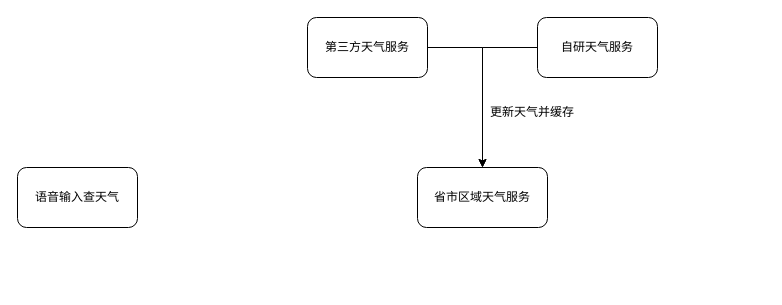
daniel-7d/draw keeps this draw.io diagram as xzzh/多设备统一天气方案.drawio. Above is the earlier version. Source tidied: cells renumbered, new cells numbered last; positions are measured from the earlier drawing's top-left corner, leaving out a move shared by most shapes. Both pictures are drawn from the tidied source at 100%, with x=0, y=0 at pixel (17, 17).
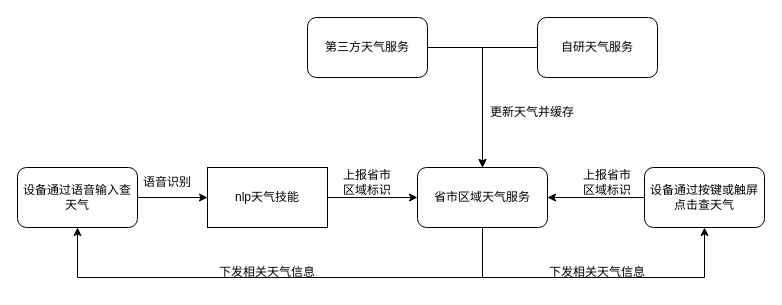
The same page after the edit.

Commit message (it also covers changes not shown here):
更新多设备统一天气方案.drawio

Unchanged cells that the change refers to:
```xml
<mxCell id="2" value="省市区域天气服务" style="rounded=1;whiteSpace=wrap;html=1;" parent="1" vertex="1">
  <mxGeometry x="400" y="150" width="130" height="60" as="geometry" />
</mxCell>
```

Diff of the diagram source:
```diff
@@
+    <mxCell id="9" style="edgeStyle=orthogonalEdgeStyle;rounded=0;jettySize=auto;html=1;entryX=0.5;entryY=1;entryDx=0;entryDy=0;" parent="1" edge="1" source="2" target="8">
+      <mxGeometry relative="1" as="geometry">
+        <Array as="points">
+          <mxPoint x="465" y="260" />
+          <mxPoint x="60" y="260" />
+        </Array>
+      </mxGeometry>
+    </mxCell>
+    <mxCell id="10" style="edgeStyle=orthogonalEdgeStyle;rounded=0;jettySize=auto;html=1;exitX=0.5;exitY=1;exitDx=0;exitDy=0;entryX=0.5;entryY=1;entryDx=0;entryDy=0;" parent="1" edge="1" source="2" target="18">
+      <mxGeometry relative="1" as="geometry">
+        <Array as="points">
+          <mxPoint x="465" y="260" />
+          <mxPoint x="687" y="260" />
+        </Array>
+      </mxGeometry>
+    </mxCell>
@@
+    <mxCell id="11" style="edgeStyle=orthogonalEdgeStyle;rounded=0;jettySize=auto;html=1;exitX=1;exitY=0.5;exitDx=0;exitDy=0;entryX=0;entryY=0.5;entryDx=0;entryDy=0;" parent="1" edge="1" source="8" target="13">
+      <mxGeometry relative="1" as="geometry" />
+    </mxCell>
-    <mxCell id="8" value="语音输入查天气" style="rounded=1;whiteSpace=wrap;html=1;" parent="1" vertex="1">
+    <mxCell id="8" value="设备通过语音输入查天气" style="rounded=1;whiteSpace=wrap;html=1;" parent="1" vertex="1">
       <mxGeometry y="150" width="120" height="60" as="geometry" />
     </mxCell>
+    <mxCell id="12" style="edgeStyle=orthogonalEdgeStyle;rounded=0;jettySize=auto;html=1;exitX=1;exitY=0.5;exitDx=0;exitDy=0;entryX=0;entryY=0.5;entryDx=0;entryDy=0;" parent="1" edge="1" source="13" target="2">
+      <mxGeometry relative="1" as="geometry" />
+    </mxCell>
+    <mxCell id="13" value="nlp天气技能" style="rounded=0;whiteSpace=wrap;html=1;" parent="1" vertex="1">
+      <mxGeometry x="190" y="150" width="120" height="60" as="geometry" />
+    </mxCell>
+    <mxCell id="14" value="语音识别" style="text;html=1;strokeColor=none;fillColor=none;align=center;verticalAlign=middle;whiteSpace=wrap;rounded=0;" parent="1" vertex="1">
+      <mxGeometry x="120" y="150" width="60" height="30" as="geometry" />
+    </mxCell>
+    <mxCell id="15" value="上报省市区域标识" style="text;html=1;strokeColor=none;fillColor=none;align=center;verticalAlign=middle;whiteSpace=wrap;rounded=0;" parent="1" vertex="1">
+      <mxGeometry x="320" y="150" width="60" height="30" as="geometry" />
+    </mxCell>
+    <mxCell id="16" value="下发相关天气信息" style="text;html=1;strokeColor=none;fillColor=none;align=center;verticalAlign=middle;whiteSpace=wrap;rounded=0;" parent="1" vertex="1">
+      <mxGeometry x="200" y="240" width="100" height="30" as="geometry" />
+    </mxCell>
+    <mxCell id="17" style="edgeStyle=orthogonalEdgeStyle;rounded=0;jettySize=auto;html=1;exitX=0;exitY=0.5;exitDx=0;exitDy=0;entryX=1;entryY=0.5;entryDx=0;entryDy=0;" parent="1" edge="1" source="18" target="2">
+      <mxGeometry relative="1" as="geometry" />
+    </mxCell>
+    <mxCell id="18" value="设备通过按键或触屏点击查天气" style="rounded=1;whiteSpace=wrap;html=1;" parent="1" vertex="1">
+      <mxGeometry x="627" y="150" width="120" height="60" as="geometry" />
+    </mxCell>
+    <mxCell id="19" value="上报省市区域标识" style="text;html=1;strokeColor=none;fillColor=none;align=center;verticalAlign=middle;whiteSpace=wrap;rounded=0;" parent="1" vertex="1">
+      <mxGeometry x="560" y="150" width="60" height="30" as="geometry" />
+    </mxCell>
+    <mxCell id="20" value="下发相关天气信息" style="text;html=1;strokeColor=none;fillColor=none;align=center;verticalAlign=middle;whiteSpace=wrap;rounded=0;" parent="1" vertex="1">
+      <mxGeometry x="530" y="240" width="100" height="30" as="geometry" />
+    </mxCell>
```
